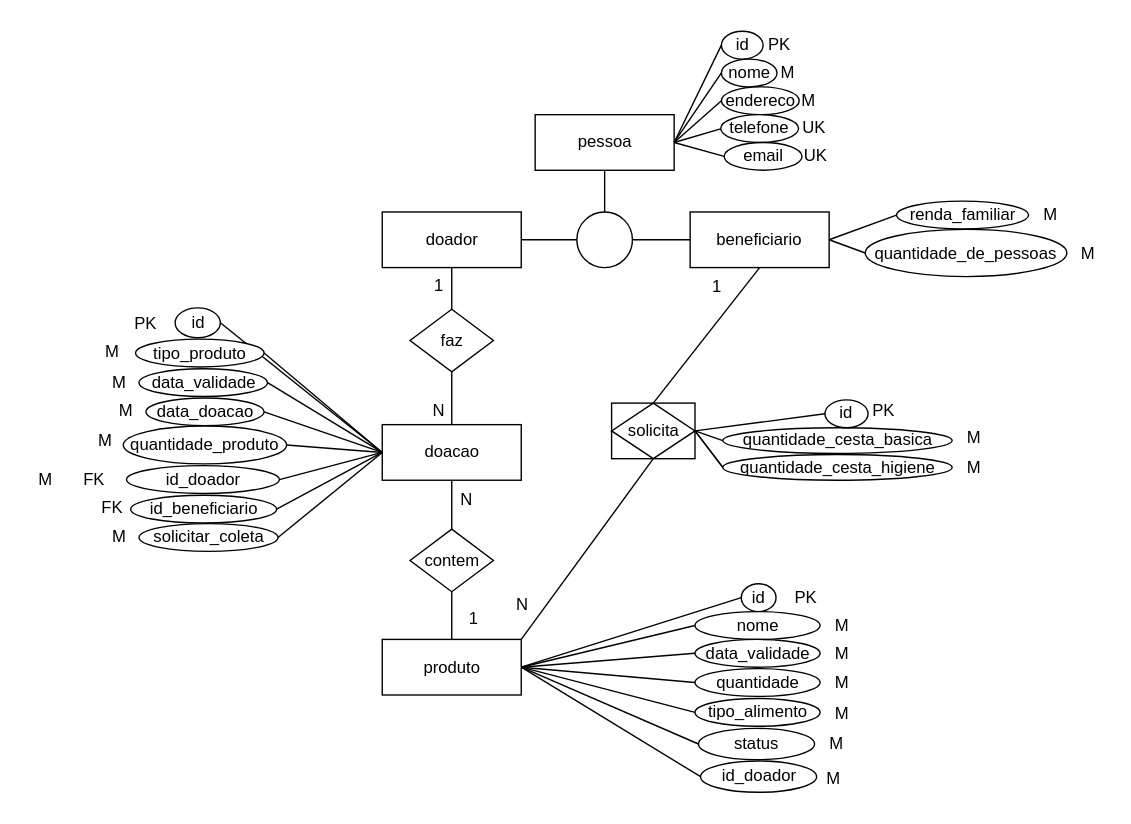
Before: outras_disciplinas/banco_de_dados/MER_FoodCare.drawio in RichardPedroso/FoodCare, a draw.io diagram. Source tidied: cells renumbered, new cells numbered last; positions are measured from the earlier drawing's top-left corner, leaving out a move shared by most shapes. Both pictures are drawn from the tidied source at 139%, with x=0, y=0 at pixel (24, 24).
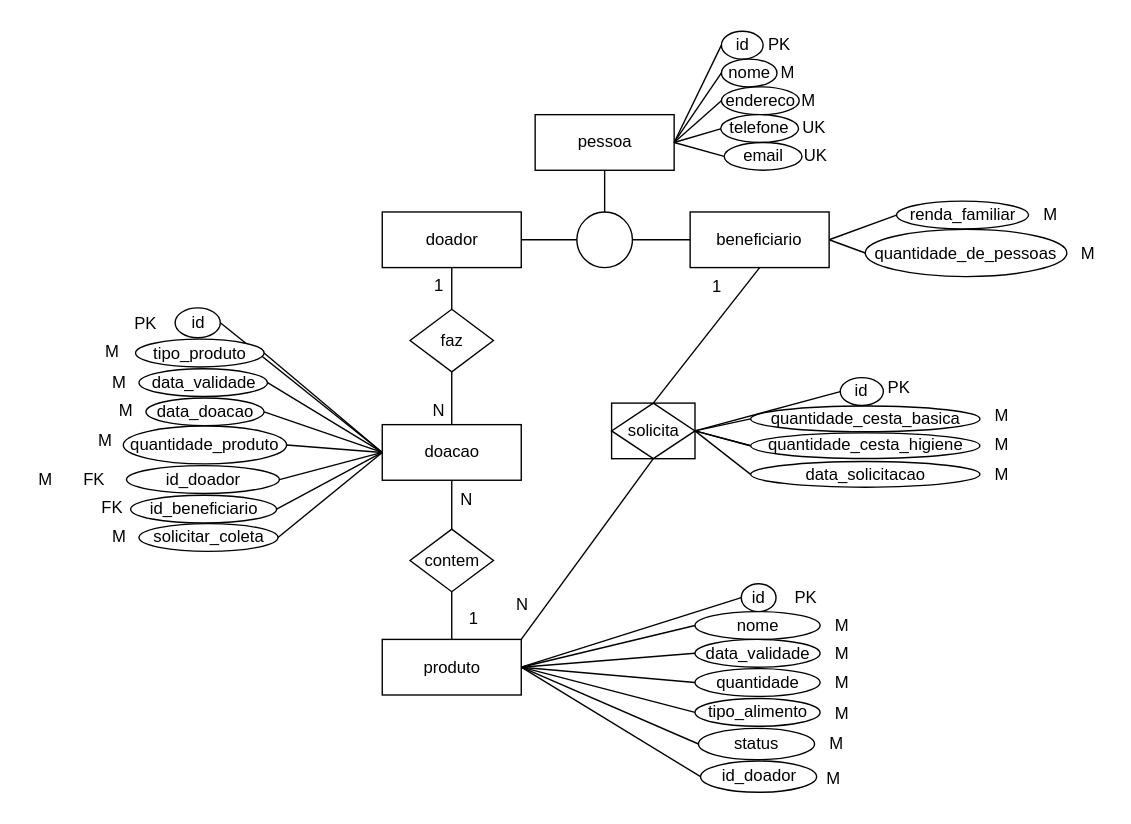
After the change.

Commit message:
feat: correcao do modelo entidade relacionamento do projeto

Unchanged cells that the change refers to:
```xml
<mxCell id="91" value="solicita" style="shape=associativeEntity;whiteSpace=wrap;html=1;align=center;" parent="1" vertex="1">
  <mxGeometry x="422.5" y="272.5" width="60" height="40" as="geometry" />
</mxCell>
```

Change to the diagram source:
```diff
@@
     <mxCell id="92" value="quantidade_cesta_basica" style="ellipse;whiteSpace=wrap;html=1;" parent="1" vertex="1">
-      <mxGeometry x="502.5" y="290.2" width="165" height="18.5" as="geometry" />
+      <mxGeometry x="522.5" y="274.6" width="165" height="18.5" as="geometry" />
     </mxCell>
     <mxCell id="93" value="PK" style="text;html=1;align=center;verticalAlign=middle;strokeColor=none;fillColor=none;" parent="1" vertex="1">
-      <mxGeometry x="597.5" y="263" width="40" height="30" as="geometry" />
+      <mxGeometry x="608.5" y="247" width="40" height="30" as="geometry" />
     </mxCell>
     <mxCell id="94" value="id" style="ellipse;whiteSpace=wrap;html=1;" parent="1" vertex="1">
-      <mxGeometry x="576" y="270.2" width="31" height="20" as="geometry" />
+      <mxGeometry x="587" y="254.2" width="31" height="20" as="geometry" />
     </mxCell>
@@
     <mxCell id="98" value="quantidade_cesta_higiene" style="ellipse;whiteSpace=wrap;html=1;" parent="1" vertex="1">
-      <mxGeometry x="502.5" y="309.5" width="165" height="18.5" as="geometry" />
+      <mxGeometry x="522.5" y="293.9" width="165" height="18.5" as="geometry" />
     </mxCell>
@@
     <mxCell id="100" value="M" style="text;html=1;align=center;verticalAlign=middle;strokeColor=none;fillColor=none;" parent="1" vertex="1">
-      <mxGeometry x="667.5" y="282.5" width="30" height="30" as="geometry" />
+      <mxGeometry x="687.5" y="266.9" width="30" height="30" as="geometry" />
     </mxCell>
     <mxCell id="101" value="M" style="text;html=1;align=center;verticalAlign=middle;strokeColor=none;fillColor=none;" parent="1" vertex="1">
-      <mxGeometry x="667.5" y="303.8" width="30" height="30" as="geometry" />
+      <mxGeometry x="687.5" y="288.1" width="30" height="30" as="geometry" />
     </mxCell>
@@
+    <mxCell id="103" value="data_solicitacao" style="ellipse;whiteSpace=wrap;html=1;" parent="1" vertex="1">
+      <mxGeometry x="522.5" y="314.5" width="165" height="18.5" as="geometry" />
+    </mxCell>
+    <mxCell id="104" style="endArrow=none;html=1;rounded=0;entryX=1;entryY=0.5;entryDx=0;entryDy=0;exitX=0;exitY=0.5;exitDx=0;exitDy=0;" parent="1" edge="1" source="103" target="91">
+      <mxGeometry relative="1" as="geometry" />
+    </mxCell>
+    <mxCell id="105" value="M" style="text;html=1;align=center;verticalAlign=middle;strokeColor=none;fillColor=none;" parent="1" vertex="1">
+      <mxGeometry x="687.5" y="308.8" width="30" height="30" as="geometry" />
+    </mxCell>
```
